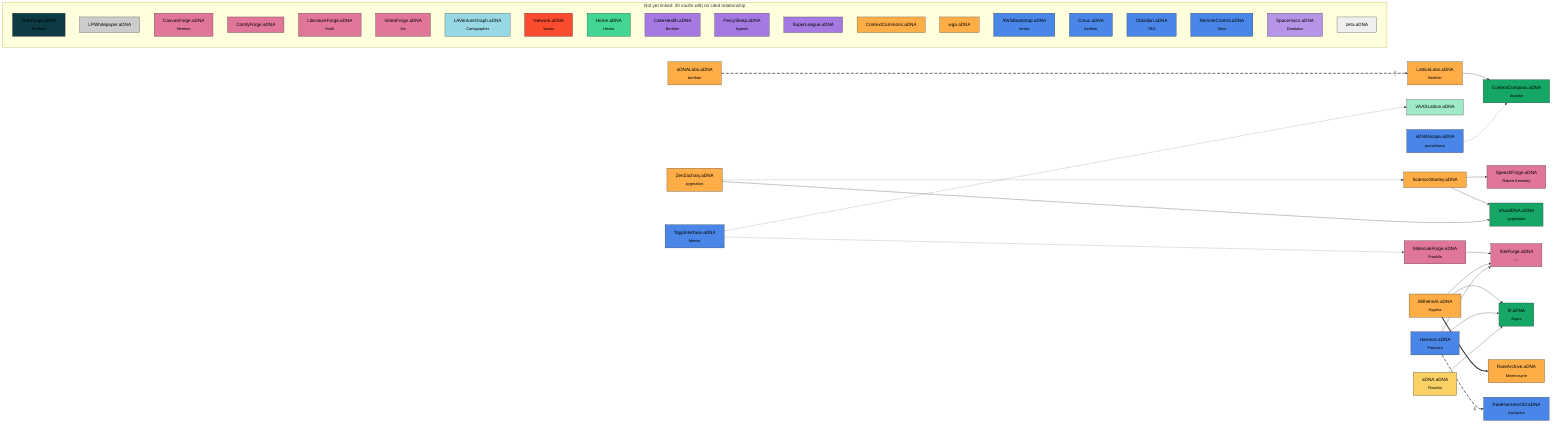
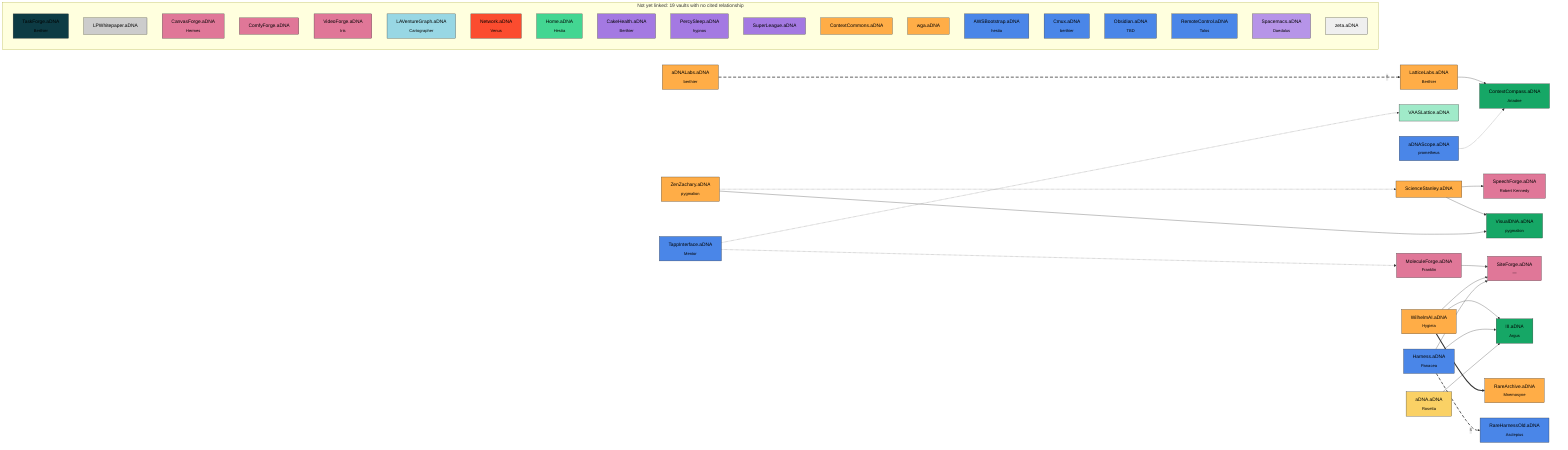
flowchart LR
  MoleculeForge_aDNA["MoleculeForge.aDNA<br><sub>Franklin</sub>"]:::classforge
  SiteForge_aDNA["SiteForge.aDNA<br><sub>—</sub>"]:::classforge
  SpeechForge_aDNA["SpeechForge.aDNA<br><sub>Robert Kennedy</sub>"]:::classforge
  ContextCompass_aDNA["ContextCompass.aDNA<br><sub>Ariadne</sub>"]:::classframework
  III_aDNA["III.aDNA<br><sub>Argus</sub>"]:::classframework
  visualdna["VisualDNA.aDNA<br><sub>pygmalion</sub>"]:::classframework
  VAASLattice_aDNA["VAASLattice.aDNA"]:::classframeworkcandidate
  adnalabs["aDNALabs.aDNA<br><sub>berthier</sub>"]:::classorgvault
  LatticeLabs_aDNA["LatticeLabs.aDNA<br><sub>Berthier</sub>"]:::classorgvault
  RareArchive_aDNA["RareArchive.aDNA<br><sub>Mnemosyne</sub>"]:::classorgvault
  sciencestanley["ScienceStanley.aDNA"]:::classorgvault
  WilhelmAI_aDNA["WilhelmAI.aDNA<br><sub>Hygieia</sub>"]:::classorgvault
  zenzachary["ZenZachary.aDNA<br><sub>pygmalion</sub>"]:::classorgvault
  adnascope["aDNAScope.aDNA<br><sub>prometheus</sub>"]:::classplatform
  Harness_aDNA["Harness.aDNA<br><sub>Panacea</sub>"]:::classplatform
  RareHarnessOld_aDNA["RareHarnessOld.aDNA<br><sub>Asclepius</sub>"]:::classplatform
  TappInterface_aDNA["TappInterface.aDNA<br><sub>Mentor</sub>"]:::classplatform
  aDNA_aDNA["aDNA.aDNA<br><sub>Rosetta</sub>"]:::classstandarddev

-   subgraph orphans["Not yet linked: 20 vaults with no cited relationship"]
+   subgraph orphans["Not yet linked: 19 vaults with no cited relationship"]
    direction TB
    TaskForge_aDNA["TaskForge.aDNA<br><sub>Berthier</sub>"]:::classcoordination
    LPWhitepaper_aDNA["LPWhitepaper.aDNA"]:::classdocument
    CanvasForge_aDNA["CanvasForge.aDNA<br><sub>Hermes</sub>"]:::classforge
    ComfyForge_aDNA["ComfyForge.aDNA"]:::classforge
-     literatureforge["LiteratureForge.aDNA<br><sub>thoth</sub>"]:::classforge
    VideoForge_aDNA["VideoForge.aDNA<br><sub>Iris</sub>"]:::classforge
    LAVentureGraph_aDNA["LAVentureGraph.aDNA<br><sub>Cartographer</sub>"]:::classknowledgegraph
    Network_aDNA["Network.aDNA<br><sub>Venus</sub>"]:::classnetwork
    Home_aDNA["Home.aDNA<br><sub>Hestia</sub>"]:::classnodeoperational
    CakeHealth_aDNA["CakeHealth.aDNA<br><sub>Berthier</sub>"]:::classorggraph
    percysleep["PercySleep.aDNA<br><sub>hypnos</sub>"]:::classorggraph
    SuperLeague_aDNA["SuperLeague.aDNA"]:::classorggraph
    ContextCommons_aDNA["ContextCommons.aDNA"]:::classorgvault
    wga_aDNA["wga.aDNA"]:::classorgvault
    awsbootstrap["AWSBootstrap.aDNA<br><sub>hestia</sub>"]:::classplatform
    cmux["Cmux.aDNA<br><sub>berthier</sub>"]:::classplatform
    Obsidian_aDNA["Obsidian.aDNA<br><sub>TBD</sub>"]:::classplatform
    RemoteControl_aDNA["RemoteControl.aDNA<br><sub>Talos</sub>"]:::classplatform
    Spacemacs_aDNA["Spacemacs.aDNA<br><sub>Daedalus</sub>"]:::classtooling
    zeta_aDNA["zeta.aDNA"]:::classworkspace
  end

  MoleculeForge_aDNA --> SiteForge_aDNA
  adnalabs -.->|s| LatticeLabs_aDNA
  LatticeLabs_aDNA --> ContextCompass_aDNA
  sciencestanley --> SpeechForge_aDNA
  sciencestanley --> visualdna
  WilhelmAI_aDNA --> SiteForge_aDNA
  WilhelmAI_aDNA --> III_aDNA
  WilhelmAI_aDNA ==> RareArchive_aDNA
  zenzachary -.-> sciencestanley
  zenzachary --> visualdna
  adnascope -.-> ContextCompass_aDNA
  Harness_aDNA --> SiteForge_aDNA
  Harness_aDNA --> III_aDNA
  Harness_aDNA -.->|s| RareHarnessOld_aDNA
  TappInterface_aDNA -.-> MoleculeForge_aDNA
  TappInterface_aDNA -.-> VAASLattice_aDNA
  aDNA_aDNA --> III_aDNA
  linkStyle 1,13 stroke-width:2.5px,stroke-dasharray:10 6

  classDef classforge fill:#e07798,stroke:#333,color:#000
  classDef classframework fill:#16a766,stroke:#333,color:#000
  classDef classframeworkcandidate fill:#a0eac9,stroke:#333,color:#000
  classDef classplatform fill:#4a86e8,stroke:#333,color:#000
  classDef classorgvault fill:#ffad47,stroke:#333,color:#000
  classDef classstandarddev fill:#fad165,stroke:#333,color:#000
  classDef classorggraph fill:#a479e2,stroke:#333,color:#000
  classDef classnetwork fill:#fb4c2f,stroke:#333,color:#000
  classDef classnodeoperational fill:#43d692,stroke:#333,color:#000
  classDef classcoordination fill:#0d3b44,stroke:#333,color:#000
  classDef classdocument fill:#cccccc,stroke:#333,color:#000
  classDef classknowledgegraph fill:#98d7e4,stroke:#333,color:#000
  classDef classtooling fill:#b694e8,stroke:#333,color:#000
  classDef classworkspace fill:#efefef,stroke:#333,color:#000
  classDef classsuperseded fill:#666666,stroke:#333,color:#000
